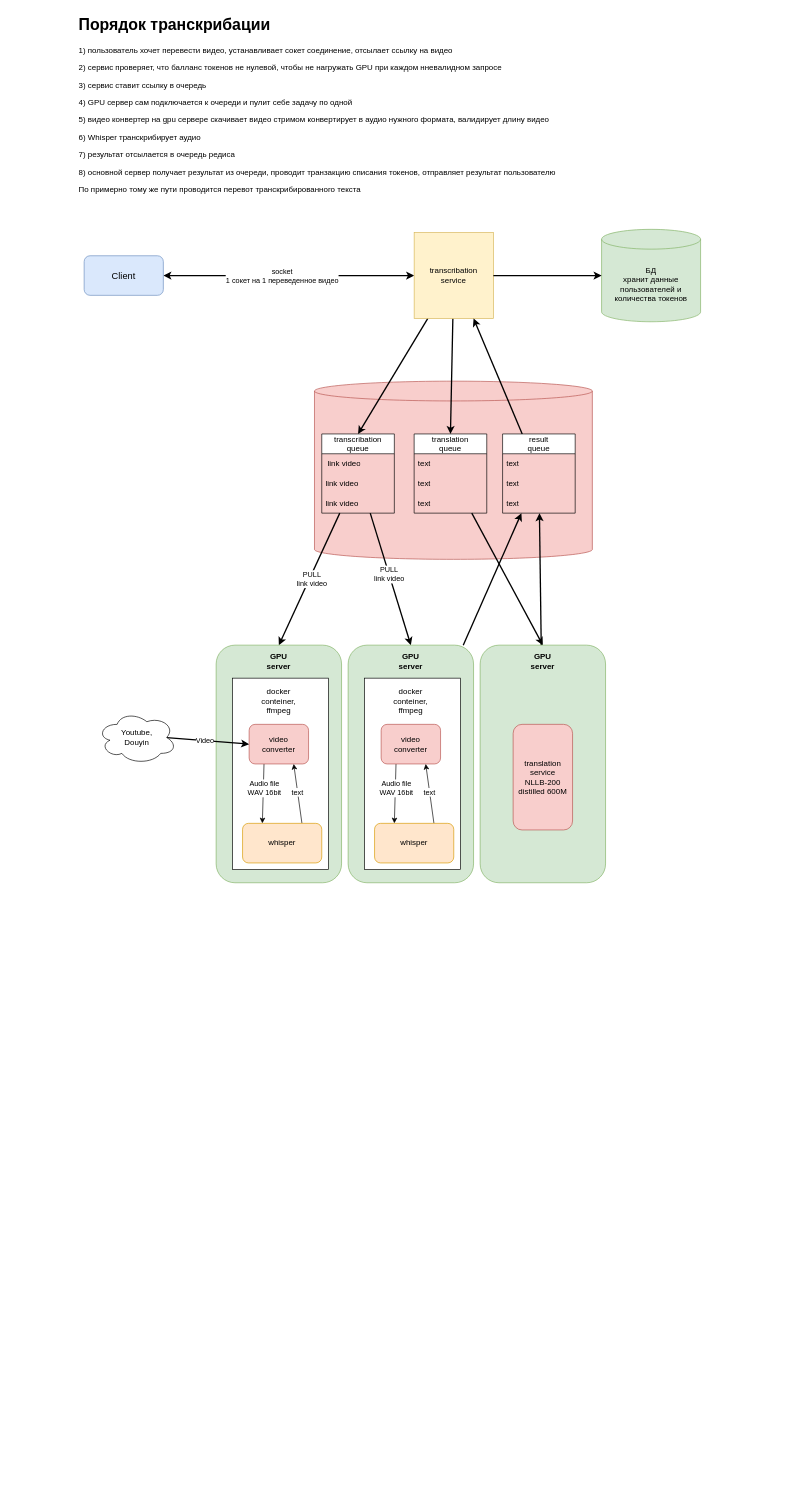
KmnPetr/SysDesign keeps this draw.io diagram as page "GPU services" (10 of 10) of architecture.drawio. Above is the earlier version. Source tidied: cells renumbered, new cells numbered last; positions are measured from the earlier drawing's top-left corner, leaving out a move shared by most shapes. Both pictures are drawn from the tidied source at 66%, with x=0, y=0 at pixel (77, 11).
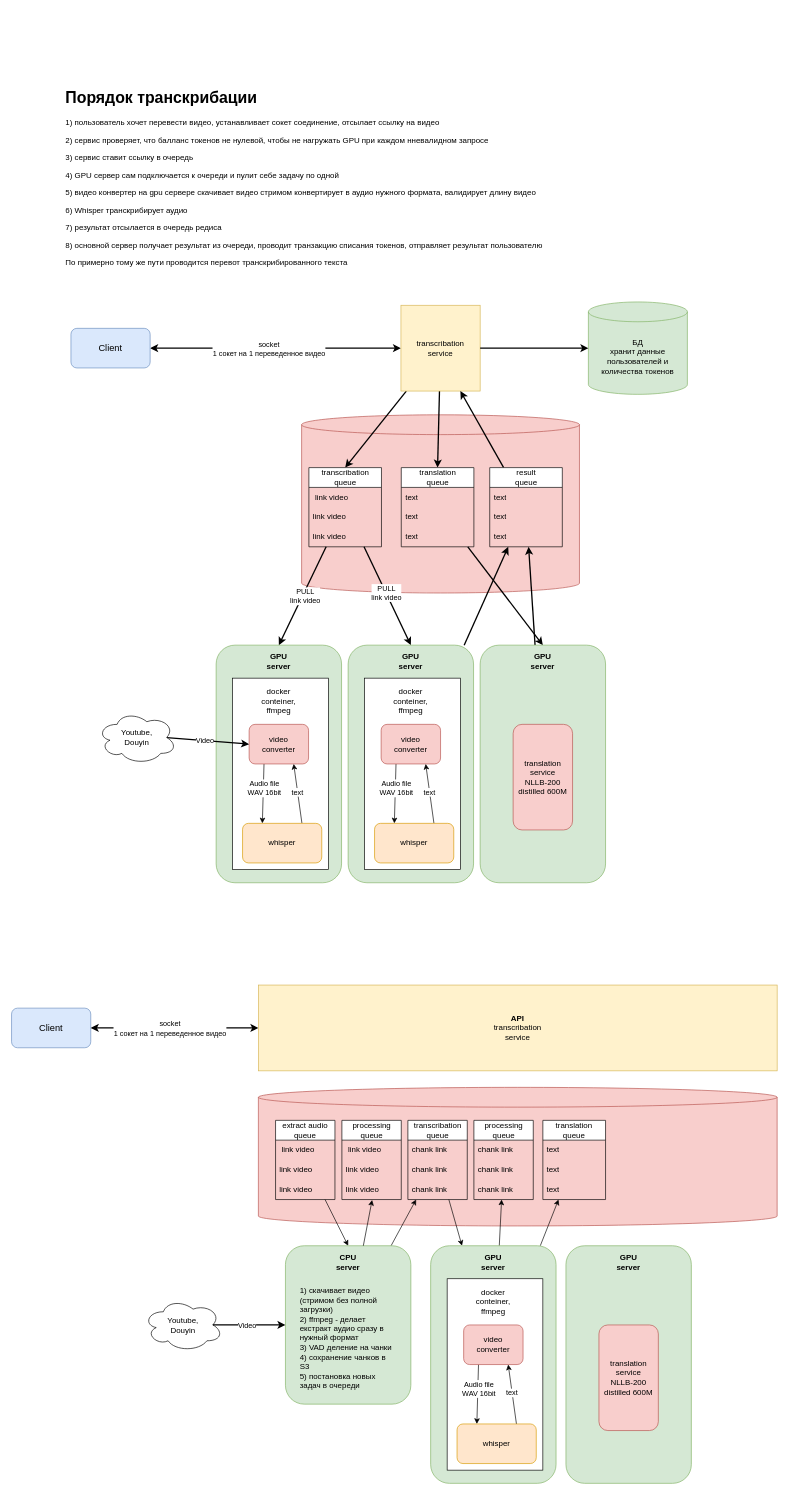
The same diagram, later.

Diff of the diagram source:
```diff
@@
     <mxCell id="2" style="shape=cylinder3;whiteSpace=wrap;html=1;boundedLbl=1;backgroundOutline=1;size=15;fillColor=#f8cecc;strokeColor=#b85450;" parent="1" vertex="1">
-      <mxGeometry x="359" y="560" width="421" height="270" as="geometry" />
+      <mxGeometry x="339.5" y="611" width="421" height="270" as="geometry" />
     </mxCell>
@@
     <mxCell id="5" value="&lt;font style=&quot;font-size: 14px;&quot;&gt;Client&lt;/font&gt;" style="rounded=1;whiteSpace=wrap;html=1;fillColor=#dae8fc;strokeColor=#6c8ebf;" parent="1" vertex="1">
-      <mxGeometry x="10" y="370" width="120" height="60" as="geometry" />
+      <mxGeometry x="-10" y="480" width="120" height="60" as="geometry" />
     </mxCell>
@@
     <mxCell id="8" value="transcribation&lt;div&gt;service&lt;/div&gt;" style="rounded=0;whiteSpace=wrap;html=1;fillColor=#fff2cc;strokeColor=#d6b656;" parent="1" vertex="1">
-      <mxGeometry x="510" y="335" width="120" height="130" as="geometry" />
+      <mxGeometry x="490" y="445" width="120" height="130" as="geometry" />
     </mxCell>
     <mxCell id="9" value="БД&lt;div&gt;хранит данные пользователей и количества токенов&lt;/div&gt;" style="shape=cylinder3;whiteSpace=wrap;html=1;boundedLbl=1;backgroundOutline=1;size=15;fillColor=#d5e8d4;strokeColor=#82b366;" parent="1" vertex="1">
-      <mxGeometry x="794" y="330" width="150" height="140" as="geometry" />
+      <mxGeometry x="774" y="440" width="150" height="140" as="geometry" />
     </mxCell>
@@
     <mxCell id="15" value="transcribation&lt;div&gt;queue&lt;/div&gt;" style="swimlane;fontStyle=0;horizontal=1;startSize=30;whiteSpace=wrap;html=1;" parent="1" vertex="1">
-      <mxGeometry x="370" y="640" width="110" height="120" as="geometry" />
+      <mxGeometry x="350.5" y="691" width="110" height="120" as="geometry" />
     </mxCell>
@@
     <mxCell id="20" value="translation&lt;div&gt;queue&lt;/div&gt;" style="swimlane;fontStyle=0;horizontal=1;startSize=30;whiteSpace=wrap;html=1;" parent="1" vertex="1">
-      <mxGeometry x="510" y="640" width="110" height="120" as="geometry" />
+      <mxGeometry x="490.5" y="691" width="110" height="120" as="geometry" />
     </mxCell>
@@
     <mxCell id="25" value="result&lt;br&gt;&lt;div&gt;queue&lt;/div&gt;" style="swimlane;fontStyle=0;horizontal=1;startSize=30;whiteSpace=wrap;html=1;" parent="1" vertex="1">
-      <mxGeometry x="644" y="640" width="110" height="120" as="geometry" />
+      <mxGeometry x="624.5" y="691" width="110" height="120" as="geometry" />
     </mxCell>
@@
     <mxCell id="57" value="&lt;h1 style=&quot;margin-top: 0px;&quot;&gt;Порядок транскрибации&lt;/h1&gt;&lt;p&gt;1) пользователь хочет перевести видео, устанавливает сокет соединение, отсылает ссылку на видео&lt;/p&gt;&lt;p&gt;2) сервис проверяет, что балланс токенов не нулевой, чтобы не нагружать GPU при каждом нневалидном запросе&lt;/p&gt;&lt;p&gt;3) сервис ставит ссылку в очередь&lt;/p&gt;&lt;p&gt;4) GPU сервер сам подключается к очереди и пулит себе задачу по одной&lt;/p&gt;&lt;p&gt;5) видео конвертер на gpu сервере скачивает видео стримом конвертирует в аудио нужного формата, валидирует длину видео&lt;/p&gt;&lt;p&gt;6) Whisper транскрибирует аудио&lt;/p&gt;&lt;p&gt;7) результат отсылается в очередь редиса&lt;/p&gt;&lt;p&gt;8) основной сервер получает результат из очереди, проводит транзакцию списания токенов, отправляет результат пользователю&lt;/p&gt;&lt;p&gt;По примерно тому же пути проводится перевот транскрибированного текста&lt;/p&gt;" style="text;html=1;whiteSpace=wrap;overflow=hidden;rounded=0;" parent="1" vertex="1">
-      <mxGeometry width="860" height="310" as="geometry" />
+      <mxGeometry x="-20" y="110" width="860" height="310" as="geometry" />
     </mxCell>
+    <mxCell id="58" value="&lt;font style=&quot;font-size: 14px;&quot;&gt;Client&lt;/font&gt;" style="rounded=1;whiteSpace=wrap;html=1;fillColor=#dae8fc;strokeColor=#6c8ebf;" parent="1" vertex="1">
+      <mxGeometry x="-100" y="1510" width="120" height="60" as="geometry" />
+    </mxCell>
+    <mxCell id="59" style="rounded=0;jettySize=auto;html=1;strokeWidth=2;startArrow=classic;startFill=1;exitX=1;exitY=0.5;exitDx=0;exitDy=0;entryX=0;entryY=0.5;entryDx=0;entryDy=0;" parent="1" edge="1" source="58" target="61">
+      <mxGeometry relative="1" as="geometry" />
+    </mxCell>
+    <mxCell id="60" value="socket&lt;br&gt;1 сокет на 1 переведенное видео" style="edgeLabel;html=1;align=center;verticalAlign=middle;" parent="59" vertex="1">
+      <mxGeometry x="-0.06" relative="1" as="geometry" />
+    </mxCell>
+    <mxCell id="61" value="&lt;div&gt;&lt;b&gt;API&lt;/b&gt;&lt;/div&gt;transcribation&lt;div&gt;service&lt;/div&gt;" style="rounded=0;whiteSpace=wrap;html=1;fillColor=#fff2cc;strokeColor=#d6b656;" parent="1" vertex="1">
+      <mxGeometry x="274" y="1475" width="786" height="130" as="geometry" />
+    </mxCell>
+    <mxCell id="62" style="shape=cylinder3;whiteSpace=wrap;html=1;boundedLbl=1;backgroundOutline=1;size=15;fillColor=#f8cecc;strokeColor=#b85450;" parent="1" vertex="1">
+      <mxGeometry x="274" y="1630" width="786" height="210" as="geometry" />
+    </mxCell>
+    <mxCell id="63" style="rounded=0;jettySize=auto;html=1;entryX=0.5;entryY=0;entryDx=0;entryDy=0;" parent="1" edge="1" source="64" target="69">
+      <mxGeometry relative="1" as="geometry" />
+    </mxCell>
+    <mxCell id="64" value="extract audio&lt;div&gt;queue&lt;/div&gt;" style="swimlane;fontStyle=0;horizontal=1;startSize=30;whiteSpace=wrap;html=1;" parent="1" vertex="1">
+      <mxGeometry x="300" y="1680" width="90" height="120" as="geometry" />
+    </mxCell>
+    <mxCell id="65" value="&amp;nbsp;link video" style="text;strokeColor=none;fillColor=none;align=left;verticalAlign=middle;spacingLeft=4;spacingRight=4;overflow=hidden;whiteSpace=wrap;html=1;" parent="64" vertex="1">
+      <mxGeometry y="30" width="90" height="30" as="geometry" />
+    </mxCell>
+    <mxCell id="66" value="link video" style="text;strokeColor=none;fillColor=none;align=left;verticalAlign=middle;spacingLeft=4;spacingRight=4;overflow=hidden;whiteSpace=wrap;html=1;" parent="64" vertex="1">
+      <mxGeometry y="60" width="90" height="30" as="geometry" />
+    </mxCell>
+    <mxCell id="67" value="link video" style="text;strokeColor=none;fillColor=none;align=left;verticalAlign=middle;spacingLeft=4;spacingRight=4;overflow=hidden;whiteSpace=wrap;html=1;" parent="64" vertex="1">
+      <mxGeometry y="90" width="90" height="30" as="geometry" />
+    </mxCell>
+    <mxCell id="68" style="rounded=0;jettySize=auto;html=1;" parent="1" edge="1" source="69" target="78">
+      <mxGeometry relative="1" as="geometry" />
+    </mxCell>
+    <mxCell id="69" style="rounded=1;whiteSpace=wrap;html=1;fillColor=#d5e8d4;strokeColor=#82b366;" parent="1" vertex="1">
+      <mxGeometry x="315" y="1870" width="190" height="240" as="geometry" />
+    </mxCell>
+    <mxCell id="70" value="&lt;b&gt;CPU&lt;/b&gt;&lt;br&gt;&lt;div&gt;&lt;b&gt;server&lt;/b&gt;&lt;/div&gt;" style="text;html=1;whiteSpace=wrap;strokeColor=none;fillColor=none;align=center;verticalAlign=middle;rounded=0;" parent="1" vertex="1">
+      <mxGeometry x="380" y="1880" width="60" height="30" as="geometry" />
+    </mxCell>
+    <mxCell id="71" value="1) скачивает видео (стримом без полной загрузки)&lt;div&gt;2) ffmpeg - делает екстракт аудио сразу в нужный формат&lt;/div&gt;&lt;div&gt;3) VAD деление на чанки&lt;/div&gt;&lt;div&gt;4) сохранение чанков в S3&lt;/div&gt;&lt;div&gt;5) постановка новых задач в очереди&lt;/div&gt;" style="text;html=1;whiteSpace=wrap;strokeColor=none;fillColor=none;align=left;verticalAlign=middle;rounded=0;" parent="1" vertex="1">
+      <mxGeometry x="335" y="1920" width="150" height="180" as="geometry" />
+    </mxCell>
+    <mxCell id="72" value="processing&lt;br&gt;&lt;div&gt;queue&lt;/div&gt;" style="swimlane;fontStyle=0;horizontal=1;startSize=30;whiteSpace=wrap;html=1;" parent="1" vertex="1">
+      <mxGeometry x="400.5" y="1680" width="90" height="120" as="geometry" />
+    </mxCell>
+    <mxCell id="73" value="&amp;nbsp;link video" style="text;strokeColor=none;fillColor=none;align=left;verticalAlign=middle;spacingLeft=4;spacingRight=4;overflow=hidden;whiteSpace=wrap;html=1;" parent="72" vertex="1">
+      <mxGeometry y="30" width="90" height="30" as="geometry" />
+    </mxCell>
+    <mxCell id="74" value="link video" style="text;strokeColor=none;fillColor=none;align=left;verticalAlign=middle;spacingLeft=4;spacingRight=4;overflow=hidden;whiteSpace=wrap;html=1;" parent="72" vertex="1">
+      <mxGeometry y="60" width="90" height="30" as="geometry" />
+    </mxCell>
+    <mxCell id="75" value="link video" style="text;strokeColor=none;fillColor=none;align=left;verticalAlign=middle;spacingLeft=4;spacingRight=4;overflow=hidden;points=[[0,0.5],[1,0.5]];portConstraint=eastwest;whiteSpace=wrap;html=1;" parent="72" vertex="1">
+      <mxGeometry y="90" width="90" height="30" as="geometry" />
+    </mxCell>
+    <mxCell id="76" style="rounded=0;jettySize=auto;html=1;entryX=0.509;entryY=1.022;entryDx=0;entryDy=0;entryPerimeter=0;" parent="1" edge="1" source="69" target="75">
+      <mxGeometry relative="1" as="geometry" />
+    </mxCell>
+    <mxCell id="77" style="rounded=0;jettySize=auto;html=1;entryX=0.25;entryY=0;entryDx=0;entryDy=0;" parent="1" edge="1" source="78" target="87">
+      <mxGeometry relative="1" as="geometry" />
+    </mxCell>
+    <mxCell id="78" value="transcribation&lt;div&gt;queue&lt;/div&gt;" style="swimlane;fontStyle=0;horizontal=1;startSize=30;whiteSpace=wrap;html=1;" parent="1" vertex="1">
+      <mxGeometry x="500.5" y="1680" width="90" height="120" as="geometry" />
+    </mxCell>
+    <mxCell id="79" value="chank link" style="text;strokeColor=none;fillColor=none;align=left;verticalAlign=middle;spacingLeft=4;spacingRight=4;overflow=hidden;whiteSpace=wrap;html=1;" parent="78" vertex="1">
+      <mxGeometry y="30" width="90" height="30" as="geometry" />
+    </mxCell>
+    <mxCell id="80" value="chank link" style="text;strokeColor=none;fillColor=none;align=left;verticalAlign=middle;spacingLeft=4;spacingRight=4;overflow=hidden;whiteSpace=wrap;html=1;" parent="78" vertex="1">
+      <mxGeometry y="60" width="90" height="30" as="geometry" />
+    </mxCell>
+    <mxCell id="81" value="chank link" style="text;strokeColor=none;fillColor=none;align=left;verticalAlign=middle;spacingLeft=4;spacingRight=4;overflow=hidden;whiteSpace=wrap;html=1;" parent="78" vertex="1">
+      <mxGeometry y="90" width="90" height="30" as="geometry" />
+    </mxCell>
+    <mxCell id="82" value="Youtube,&lt;div&gt;Douyin&lt;/div&gt;" style="ellipse;shape=cloud;whiteSpace=wrap;html=1;" parent="1" vertex="1">
+      <mxGeometry x="100" y="1950" width="120" height="80" as="geometry" />
+    </mxCell>
+    <mxCell id="83" style="endArrow=classic;html=1;rounded=0;entryX=0;entryY=0.5;entryDx=0;entryDy=0;exitX=0.875;exitY=0.5;exitDx=0;exitDy=0;exitPerimeter=0;strokeWidth=2;" parent="1" edge="1" source="82" target="69">
+      <mxGeometry relative="1" as="geometry" />
+    </mxCell>
+    <mxCell id="84" value="Video" style="edgeLabel;html=1;align=center;verticalAlign=middle;" parent="83" vertex="1">
+      <mxGeometry x="-0.07" relative="1" as="geometry" />
+    </mxCell>
+    <mxCell id="85" style="rounded=0;jettySize=auto;html=1;" parent="1" edge="1" source="87" target="97">
+      <mxGeometry relative="1" as="geometry" />
+    </mxCell>
+    <mxCell id="86" style="rounded=0;jettySize=auto;html=1;" parent="1" edge="1" source="87" target="104">
+      <mxGeometry relative="1" as="geometry" />
+    </mxCell>
+    <mxCell id="87" style="rounded=1;whiteSpace=wrap;html=1;fillColor=#d5e8d4;strokeColor=#82b366;" parent="1" vertex="1">
+      <mxGeometry x="535" y="1870" width="190" height="360" as="geometry" />
+    </mxCell>
+    <mxCell id="88" value="&lt;b&gt;GPU&lt;/b&gt;&lt;div&gt;&lt;b&gt;server&lt;/b&gt;&lt;/div&gt;" style="text;html=1;whiteSpace=wrap;strokeColor=none;fillColor=none;align=center;verticalAlign=middle;rounded=0;" parent="1" vertex="1">
+      <mxGeometry x="600" y="1880" width="60" height="30" as="geometry" />
+    </mxCell>
+    <mxCell id="89" style="rounded=0;whiteSpace=wrap;html=1;" parent="1" vertex="1">
+      <mxGeometry x="560" y="1920" width="145" height="290" as="geometry" />
+    </mxCell>
+    <mxCell id="90" value="docker&lt;div&gt;conteiner,&lt;/div&gt;&lt;div&gt;&lt;span style=&quot;background-color: transparent; color: light-dark(rgb(0, 0, 0), rgb(255, 255, 255));&quot;&gt;ffmpeg&lt;/span&gt;&lt;/div&gt;" style="text;html=1;whiteSpace=wrap;strokeColor=none;fillColor=none;align=center;verticalAlign=middle;rounded=0;" parent="1" vertex="1">
+      <mxGeometry x="600" y="1920" width="60" height="70" as="geometry" />
+    </mxCell>
+    <mxCell id="91" style="rounded=0;jettySize=auto;html=1;entryX=0.25;entryY=0;entryDx=0;entryDy=0;exitX=0.25;exitY=1;exitDx=0;exitDy=0;" parent="1" edge="1" source="93" target="96">
+      <mxGeometry relative="1" as="geometry" />
+    </mxCell>
+    <mxCell id="92" value="Audio file&lt;div&gt;WAV 16bit&lt;/div&gt;" style="edgeLabel;html=1;align=center;verticalAlign=middle;" parent="91" vertex="1">
+      <mxGeometry x="-0.2" y="1" relative="1" as="geometry" />
+    </mxCell>
+    <mxCell id="93" value="video&lt;div&gt;converter&lt;/div&gt;" style="rounded=1;whiteSpace=wrap;html=1;fillColor=#f8cecc;strokeColor=#b85450;" parent="1" vertex="1">
+      <mxGeometry x="585" y="1990" width="90" height="60" as="geometry" />
+    </mxCell>
+    <mxCell id="94" style="rounded=0;jettySize=auto;html=1;entryX=0.75;entryY=1;entryDx=0;entryDy=0;exitX=0.75;exitY=0;exitDx=0;exitDy=0;" parent="1" edge="1" source="96" target="93">
+      <mxGeometry relative="1" as="geometry" />
+    </mxCell>
+    <mxCell id="95" value="text" style="edgeLabel;html=1;align=center;verticalAlign=middle;" parent="94" vertex="1">
+      <mxGeometry x="0.05" y="1" relative="1" as="geometry" />
+    </mxCell>
+    <mxCell id="96" value="whisper" style="rounded=1;whiteSpace=wrap;html=1;fillColor=#ffe6cc;strokeColor=#d79b00;" parent="1" vertex="1">
+      <mxGeometry x="575" y="2140" width="120" height="60" as="geometry" />
+    </mxCell>
+    <mxCell id="97" value="processing&lt;br&gt;&lt;div&gt;queue&lt;/div&gt;" style="swimlane;fontStyle=0;horizontal=1;startSize=30;whiteSpace=wrap;html=1;" parent="1" vertex="1">
+      <mxGeometry x="600.5" y="1680" width="90" height="120" as="geometry" />
+    </mxCell>
+    <mxCell id="98" value="chank link" style="text;strokeColor=none;fillColor=none;align=left;verticalAlign=middle;spacingLeft=4;spacingRight=4;overflow=hidden;whiteSpace=wrap;html=1;" parent="97" vertex="1">
+      <mxGeometry y="30" width="90" height="30" as="geometry" />
+    </mxCell>
+    <mxCell id="99" value="chank link" style="text;strokeColor=none;fillColor=none;align=left;verticalAlign=middle;spacingLeft=4;spacingRight=4;overflow=hidden;whiteSpace=wrap;html=1;" parent="97" vertex="1">
+      <mxGeometry y="60" width="90" height="30" as="geometry" />
+    </mxCell>
+    <mxCell id="100" value="chank link" style="text;strokeColor=none;fillColor=none;align=left;verticalAlign=middle;spacingLeft=4;spacingRight=4;overflow=hidden;whiteSpace=wrap;html=1;" parent="97" vertex="1">
+      <mxGeometry y="90" width="90" height="30" as="geometry" />
+    </mxCell>
+    <mxCell id="101" style="rounded=1;whiteSpace=wrap;html=1;fillColor=#d5e8d4;strokeColor=#82b366;" parent="1" vertex="1">
+      <mxGeometry x="740" y="1870" width="190" height="360" as="geometry" />
+    </mxCell>
+    <mxCell id="102" value="&lt;b&gt;GPU&lt;/b&gt;&lt;div&gt;&lt;b&gt;server&lt;/b&gt;&lt;/div&gt;" style="text;html=1;whiteSpace=wrap;strokeColor=none;fillColor=none;align=center;verticalAlign=middle;rounded=0;" parent="1" vertex="1">
+      <mxGeometry x="805" y="1880" width="60" height="30" as="geometry" />
+    </mxCell>
+    <mxCell id="103" value="translation&lt;div&gt;service&lt;/div&gt;&lt;div&gt;NLLB-200 distilled 600M&lt;/div&gt;" style="rounded=1;whiteSpace=wrap;html=1;fillColor=#f8cecc;strokeColor=#b85450;" parent="1" vertex="1">
+      <mxGeometry x="790" y="1990" width="90" height="160" as="geometry" />
+    </mxCell>
+    <mxCell id="104" value="translation&lt;div&gt;queue&lt;/div&gt;" style="swimlane;fontStyle=0;horizontal=1;startSize=30;whiteSpace=wrap;html=1;" parent="1" vertex="1">
+      <mxGeometry x="705" y="1680" width="95" height="120" as="geometry" />
+    </mxCell>
+    <mxCell id="105" value="text" style="text;strokeColor=none;fillColor=none;align=left;verticalAlign=middle;spacingLeft=4;spacingRight=4;overflow=hidden;whiteSpace=wrap;html=1;" parent="104" vertex="1">
+      <mxGeometry y="30" width="95" height="30" as="geometry" />
+    </mxCell>
+    <mxCell id="106" value="text" style="text;strokeColor=none;fillColor=none;align=left;verticalAlign=middle;spacingLeft=4;spacingRight=4;overflow=hidden;whiteSpace=wrap;html=1;" parent="104" vertex="1">
+      <mxGeometry y="60" width="95" height="30" as="geometry" />
+    </mxCell>
+    <mxCell id="107" value="text" style="text;strokeColor=none;fillColor=none;align=left;verticalAlign=middle;spacingLeft=4;spacingRight=4;overflow=hidden;whiteSpace=wrap;html=1;" parent="104" vertex="1">
+      <mxGeometry y="90" width="95" height="30" as="geometry" />
+    </mxCell>
```
